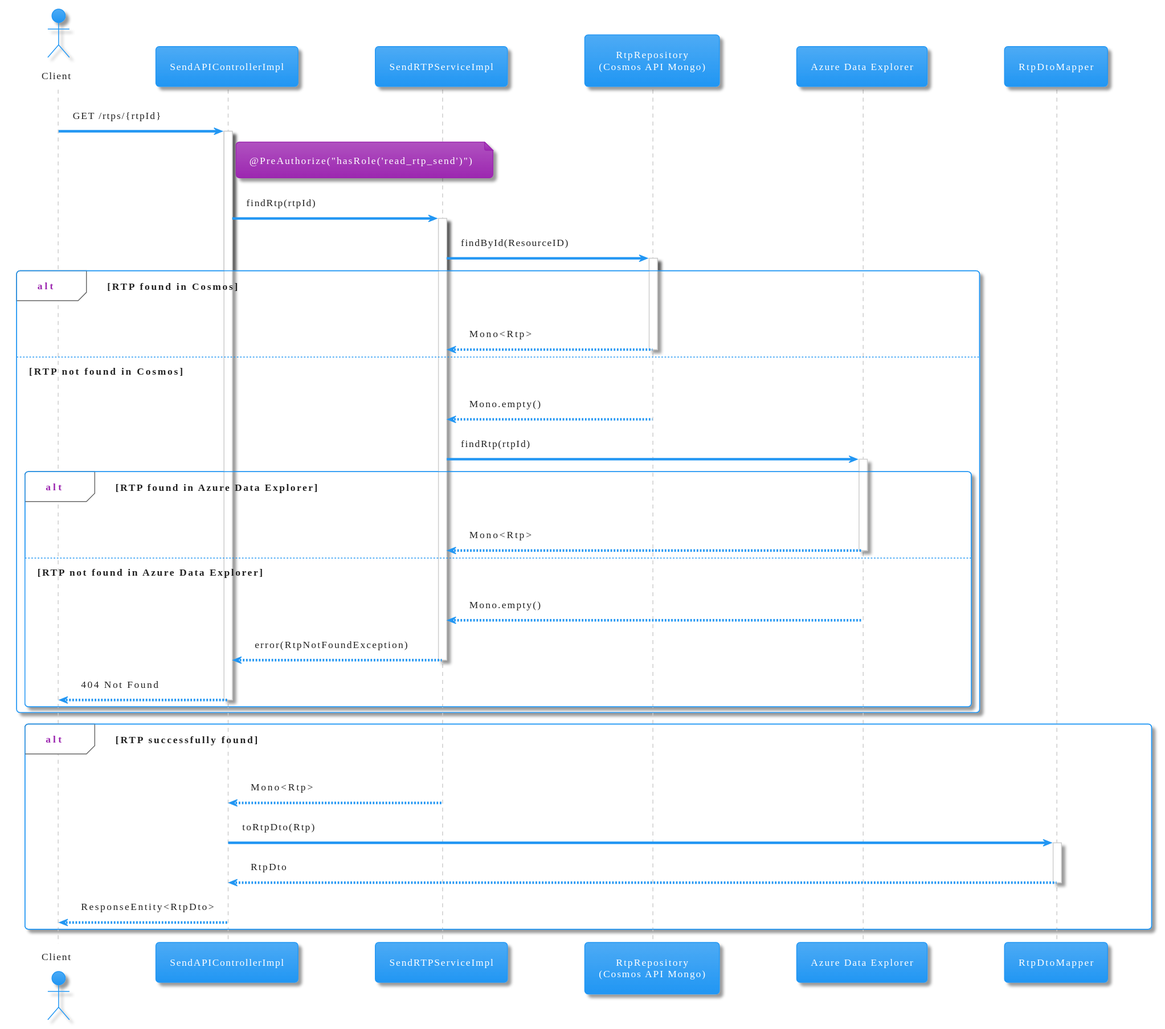
Before: diagrams/findByRtp.svg, a diagram exported from PlantUML (pagopa/rtp-docs).
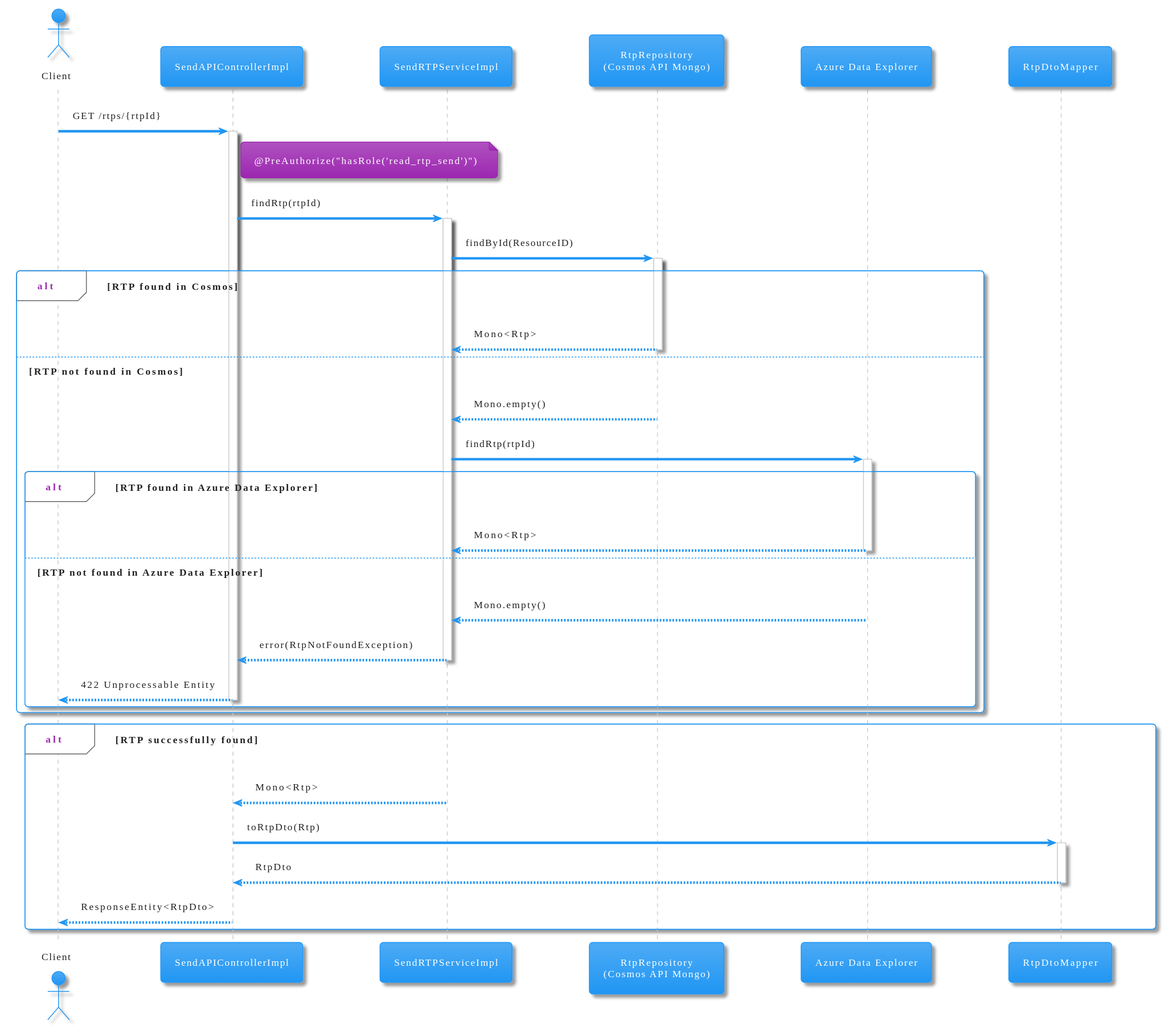
The same diagram one commit later.

Change to the diagram source:
```diff
@@ -40,7 +40,7 @@
         Service --> Controller : error(RtpNotFoundException)
         deactivate Service
 
-        Controller --> Client : 404 Not Found
+        Controller --> Client : 422 Unprocessable Entity
         deactivate Controller
     end
 end
```
